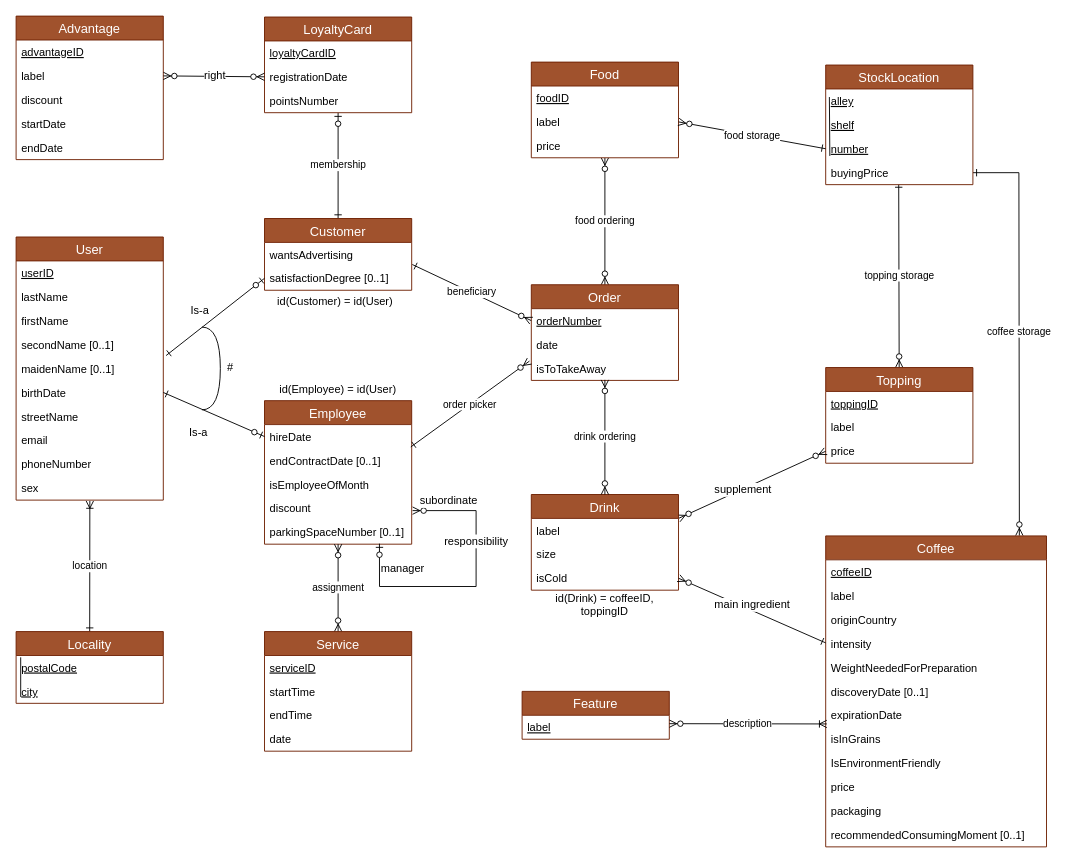
Earlier version of the draw.io diagram SchemaEA.drawio (DrakeXorn/CoffIG). Source tidied: cells renumbered, new cells numbered last; positions are measured from the earlier drawing's top-left corner, leaving out a move shared by most shapes. Both pictures are drawn from the tidied source at 92%, with x=0, y=0 at pixel (16, 16).
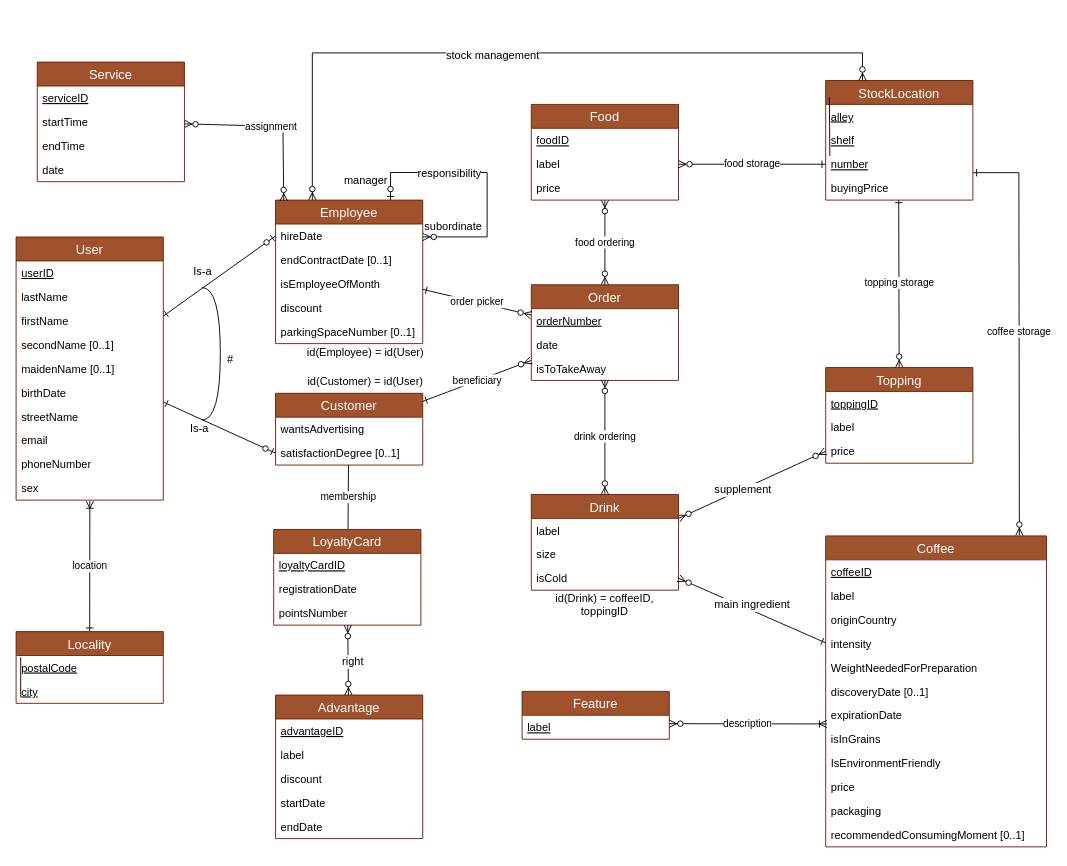
The same diagram, later.

Commit message (it also covers changes not shown here):
Ajout de l'énoncé et modifications des schémas

The change refers to these unchanged cells:
```xml
<mxCell id="3" value="Order" style="swimlane;fontStyle=0;horizontal=1;startSize=26;fillColor=#a0522d;swimlaneFillColor=#ffffff;align=center;fontSize=14;strokeColor=#6D1F00;fontColor=#ffffff;" parent="1" vertex="1">
  <mxGeometry x="560" y="292" width="160" height="104" as="geometry" />
</mxCell>
<mxCell id="4" value="orderNumber" style="text;strokeColor=none;fillColor=none;spacingLeft=4;spacingRight=4;overflow=hidden;points=[[0,0.5],[1,0.5]];portConstraint=eastwest;fontSize=12;fontStyle=4;" parent="3" vertex="1">
  <mxGeometry y="26" width="160" height="26" as="geometry" />
</mxCell>
<mxCell id="44" value="User" style="swimlane;fontStyle=0;horizontal=1;startSize=26;fillColor=#a0522d;swimlaneFillColor=#ffffff;align=center;fontSize=14;strokeColor=#6D1F00;fontColor=#ffffff;" parent="1" vertex="1">
  <mxGeometry y="240.1" width="160" height="286" as="geometry" />
</mxCell>
<mxCell id="48" value="secondName [0..1]" style="text;strokeColor=none;fillColor=none;spacingLeft=4;spacingRight=4;overflow=hidden;points=[[0,0.5],[1,0.5]];portConstraint=eastwest;fontSize=12;" parent="44" vertex="1">
  <mxGeometry y="104" width="160" height="26" as="geometry" />
</mxCell>
<mxCell id="50" value="birthDate" style="text;strokeColor=none;fillColor=none;spacingLeft=4;spacingRight=4;overflow=hidden;points=[[0,0.5],[1,0.5]];portConstraint=eastwest;fontSize=12;" parent="44" vertex="1">
  <mxGeometry y="156" width="160" height="26" as="geometry" />
</mxCell>
<mxCell id="62" value="wantsAdvertising" style="text;strokeColor=none;fillColor=none;spacingLeft=4;spacingRight=4;overflow=hidden;points=[[0,0.5],[1,0.5]];portConstraint=eastwest;fontSize=12;" parent="61" vertex="1">
  <mxGeometry y="26" width="160" height="26" as="geometry" />
</mxCell>
<mxCell id="63" value="satisfactionDegree [0..1]" style="text;strokeColor=none;fillColor=none;spacingLeft=4;spacingRight=4;overflow=hidden;points=[[0,0.5],[1,0.5]];portConstraint=eastwest;fontSize=12;" parent="61" vertex="1">
  <mxGeometry y="52" width="160" height="26" as="geometry" />
</mxCell>
<mxCell id="65" value="hireDate" style="text;strokeColor=none;fillColor=none;spacingLeft=4;spacingRight=4;overflow=hidden;points=[[0,0.5],[1,0.5]];portConstraint=eastwest;fontSize=12;" parent="64" vertex="1">
  <mxGeometry y="26" width="160" height="26" as="geometry" />
</mxCell>
<mxCell id="72" value="discount" style="text;strokeColor=none;fillColor=none;spacingLeft=4;spacingRight=4;overflow=hidden;points=[[0,0.5],[1,0.5]];portConstraint=eastwest;fontSize=12;" parent="64" vertex="1">
  <mxGeometry y="104" width="160" height="26" as="geometry" />
</mxCell>
<mxCell id="73" value="parkingSpaceNumber [0..1]" style="text;strokeColor=none;fillColor=none;spacingLeft=4;spacingRight=4;overflow=hidden;points=[[0,0.5],[1,0.5]];portConstraint=eastwest;fontSize=12;" parent="64" vertex="1">
  <mxGeometry y="130" width="160" height="26" as="geometry" />
</mxCell>
<mxCell id="82" value="registrationDate" style="text;strokeColor=none;fillColor=none;spacingLeft=4;spacingRight=4;overflow=hidden;points=[[0,0.5],[1,0.5]];portConstraint=eastwest;fontSize=12;" parent="80" vertex="1">
  <mxGeometry y="52" width="160" height="26" as="geometry" />
</mxCell>
<mxCell id="86" value="label" style="text;strokeColor=none;fillColor=none;spacingLeft=4;spacingRight=4;overflow=hidden;points=[[0,0.5],[1,0.5]];portConstraint=eastwest;fontSize=12;" parent="84" vertex="1">
  <mxGeometry y="52" width="160" height="26" as="geometry" />
</mxCell>
```

Change to the diagram source:
```diff
@@
     <mxCell id="7" value="Food" style="swimlane;fontStyle=0;horizontal=1;startSize=26;fillColor=#a0522d;swimlaneFillColor=#ffffff;align=center;fontSize=14;strokeColor=#6D1F00;fontColor=#ffffff;" parent="1" vertex="1">
-      <mxGeometry x="560" y="50" width="160" height="104" as="geometry" />
+      <mxGeometry x="560" y="96" width="160" height="104" as="geometry" />
     </mxCell>
@@
     <mxCell id="38" value="StockLocation" style="swimlane;fontStyle=0;horizontal=1;startSize=26;fillColor=#a0522d;swimlaneFillColor=#ffffff;align=center;fontSize=14;strokeColor=#6D1F00;fontColor=#ffffff;" parent="1" vertex="1">
-      <mxGeometry x="880" y="53.2" width="160" height="130" as="geometry" />
+      <mxGeometry x="880" y="70" width="160" height="130" as="geometry" />
     </mxCell>
@@
     <mxCell id="61" value="Customer" style="swimlane;fontStyle=0;horizontal=1;startSize=26;fillColor=#a0522d;swimlaneFillColor=#ffffff;align=center;fontSize=14;strokeColor=#6D1F00;fontColor=#ffffff;" parent="1" vertex="1">
-      <mxGeometry x="270" y="220" width="160" height="78" as="geometry" />
+      <mxGeometry x="282" y="410" width="160" height="78" as="geometry" />
     </mxCell>
@@
+    <mxCell id="108" style="edgeStyle=orthogonalEdgeStyle;rounded=0;jettySize=auto;html=1;exitX=0.25;exitY=0;exitDx=0;exitDy=0;entryX=0.25;entryY=0;entryDx=0;entryDy=0;startArrow=ERzeroToMany;startFill=1;endArrow=ERzeroToMany;endFill=1;" parent="1" edge="1" source="64" target="38">
+      <mxGeometry relative="1" as="geometry">
+        <Array as="points">
+          <mxPoint x="322" y="40" />
+          <mxPoint x="920" y="40" />
+        </Array>
+      </mxGeometry>
+    </mxCell>
+    <mxCell id="109" value="stock management" style="text;html=1;align=center;verticalAlign=middle;labelBackgroundColor=#ffffff;" parent="108" vertex="1">
+      <mxGeometry x="-0.1" y="-2" relative="1" as="geometry" />
+    </mxCell>
     <mxCell id="64" value="Employee" style="swimlane;fontStyle=0;horizontal=1;startSize=26;fillColor=#a0522d;swimlaneFillColor=#ffffff;align=center;fontSize=14;strokeColor=#6D1F00;fontColor=#ffffff;" parent="1" vertex="1">
-      <mxGeometry x="270" y="418" width="160" height="156" as="geometry" />
+      <mxGeometry x="282" y="200" width="160" height="156" as="geometry" />
     </mxCell>
@@
-    <mxCell id="67" style="edgeStyle=orthogonalEdgeStyle;rounded=0;jettySize=auto;html=1;entryX=0.781;entryY=0.979;entryDx=0;entryDy=0;startArrow=ERzeroToMany;startFill=1;endArrow=ERzeroToOne;endFill=1;entryPerimeter=0;exitX=1.006;exitY=0.597;exitDx=0;exitDy=0;exitPerimeter=0;" parent="64" edge="1" source="72" target="73">
-      <mxGeometry relative="1" as="geometry">
-        <Array as="points">
-          <mxPoint x="230" y="120" />
-          <mxPoint x="230" y="202" />
-          <mxPoint x="125" y="202" />
-        </Array>
-      </mxGeometry>
-    </mxCell>
-    <mxCell id="68" value="manager" style="text;html=1;align=center;verticalAlign=middle;labelBackgroundColor=#ffffff;" parent="67" vertex="1">
-      <mxGeometry x="0.53" relative="1" as="geometry">
-        <mxPoint x="-0.5" y="-20" as="offset" />
-      </mxGeometry>
-    </mxCell>
-    <mxCell id="69" value="subordinate" style="text;html=1;align=center;verticalAlign=middle;labelBackgroundColor=#ffffff;" parent="67" vertex="1">
-      <mxGeometry x="-0.55" relative="1" as="geometry">
-        <mxPoint x="-29.5" y="-11.5" as="offset" />
-      </mxGeometry>
-    </mxCell>
-    <mxCell id="70" value="responsibility" style="text;html=1;align=center;verticalAlign=middle;labelBackgroundColor=#ffffff;rotation=0;" parent="67" vertex="1">
-      <mxGeometry x="0.12" relative="1" as="geometry">
-        <mxPoint x="18" y="-50" as="offset" />
-      </mxGeometry>
-    </mxCell>
@@
-    <mxCell id="74" value="assignment" style="edgeStyle=none;rounded=0;jettySize=auto;html=1;exitX=0.5;exitY=0;exitDx=0;exitDy=0;startArrow=ERzeroToMany;startFill=1;endArrow=ERzeroToMany;endFill=1;" parent="1" edge="1" source="75" target="73">
-      <mxGeometry relative="1" as="geometry" />
+    <mxCell id="74" value="assignment" style="edgeStyle=none;rounded=0;jettySize=auto;html=1;startArrow=ERzeroToMany;startFill=1;endArrow=ERzeroToMany;endFill=1;entryX=0.056;entryY=0.006;entryDx=0;entryDy=0;entryPerimeter=0;" parent="1" edge="1" source="75" target="64">
+      <mxGeometry relative="1" as="geometry">
+        <Array as="points">
+          <mxPoint x="290" y="120" />
+        </Array>
+      </mxGeometry>
     </mxCell>
     <mxCell id="75" value="Service" style="swimlane;fontStyle=0;horizontal=1;startSize=26;fillColor=#a0522d;swimlaneFillColor=#ffffff;align=center;fontSize=14;strokeColor=#6D1F00;fontColor=#ffffff;" parent="1" vertex="1">
-      <mxGeometry x="270" y="669" width="160" height="130" as="geometry" />
+      <mxGeometry x="23" y="50" width="160" height="130" as="geometry" />
     </mxCell>
@@
     <mxCell id="80" value="LoyaltyCard" style="swimlane;fontStyle=0;horizontal=1;startSize=26;fillColor=#a0522d;swimlaneFillColor=#ffffff;align=center;fontSize=14;strokeColor=#6D1F00;fontColor=#ffffff;" parent="1" vertex="1">
-      <mxGeometry x="270" y="1" width="160" height="104" as="geometry" />
+      <mxGeometry x="280" y="558" width="160" height="104" as="geometry" />
     </mxCell>
@@
     <mxCell id="84" value="Advantage" style="swimlane;fontStyle=0;horizontal=1;startSize=26;fillColor=#a0522d;swimlaneFillColor=#ffffff;align=center;fontSize=14;strokeColor=#6D1F00;fontColor=#ffffff;" parent="1" vertex="1">
-      <mxGeometry width="160" height="156" as="geometry" />
+      <mxGeometry x="282" y="738" width="160" height="156" as="geometry" />
     </mxCell>
@@
-    <mxCell id="96" value="beneficiary" style="edgeStyle=none;rounded=0;jettySize=auto;html=1;exitX=0;exitY=0.5;exitDx=0;exitDy=0;entryX=1.004;entryY=0.923;entryDx=0;entryDy=0;entryPerimeter=0;startArrow=ERzeroToMany;startFill=1;endArrow=ERone;endFill=0;" parent="1" edge="1" source="4" target="62">
+    <mxCell id="96" value="beneficiary" style="edgeStyle=none;rounded=0;jettySize=auto;html=1;startArrow=ERzeroToMany;startFill=1;endArrow=ERone;endFill=0;" parent="1" edge="1" source="3" target="61">
       <mxGeometry relative="1" as="geometry" />
     </mxCell>
-    <mxCell id="97" value="order picker" style="edgeStyle=none;rounded=0;jettySize=auto;html=1;entryX=0.994;entryY=0.934;entryDx=0;entryDy=0;entryPerimeter=0;startArrow=ERzeroToMany;startFill=1;endArrow=ERone;endFill=0;" parent="1" edge="1" target="65">
-      <mxGeometry relative="1" as="geometry">
-        <mxPoint x="558" y="375" as="sourcePoint" />
-      </mxGeometry>
+    <mxCell id="97" value="order picker" style="edgeStyle=none;rounded=0;jettySize=auto;html=1;startArrow=ERzeroToMany;startFill=1;endArrow=ERone;endFill=0;" parent="1" edge="1" source="3" target="64">
+      <mxGeometry relative="1" as="geometry" />
     </mxCell>
-    <mxCell id="98" style="edgeStyle=none;rounded=0;jettySize=auto;html=1;exitX=0;exitY=0.5;exitDx=0;exitDy=0;entryX=1;entryY=0.5;entryDx=0;entryDy=0;startArrow=ERzeroToMany;startFill=1;endArrow=ERzeroToMany;endFill=1;" parent="1" edge="1" source="82" target="86">
+    <mxCell id="98" style="edgeStyle=none;rounded=0;jettySize=auto;html=1;startArrow=ERzeroToMany;startFill=1;endArrow=ERzeroToMany;endFill=1;" parent="1" edge="1" source="80" target="84">
       <mxGeometry relative="1" as="geometry" />
     </mxCell>
@@
-    <mxCell id="100" style="edgeStyle=none;rounded=0;jettySize=auto;html=1;exitX=0;exitY=0.5;exitDx=0;exitDy=0;entryX=1.019;entryY=0.957;entryDx=0;entryDy=0;startArrow=ERzeroToOne;startFill=1;endArrow=ERone;endFill=0;entryPerimeter=0;" parent="1" edge="1" source="63" target="48">
+    <mxCell id="100" style="edgeStyle=none;rounded=0;jettySize=auto;html=1;exitX=0;exitY=0.5;exitDx=0;exitDy=0;startArrow=ERzeroToOne;startFill=1;endArrow=ERone;endFill=0;" parent="1" edge="1" source="63" target="44">
       <mxGeometry relative="1" as="geometry" />
     </mxCell>
-    <mxCell id="101" style="edgeStyle=none;rounded=0;jettySize=auto;html=1;exitX=0;exitY=0.5;exitDx=0;exitDy=0;entryX=1;entryY=0.5;entryDx=0;entryDy=0;startArrow=ERzeroToOne;startFill=1;endArrow=ERone;endFill=0;" parent="1" edge="1" source="65" target="50">
+    <mxCell id="101" style="edgeStyle=none;rounded=0;jettySize=auto;html=1;exitX=0;exitY=0.5;exitDx=0;exitDy=0;startArrow=ERzeroToOne;startFill=1;endArrow=ERone;endFill=0;" parent="1" edge="1" source="65" target="44">
       <mxGeometry relative="1" as="geometry" />
     </mxCell>
     <mxCell id="102" style="shape=requiredInterface;html=1;verticalLabelPosition=bottom;" parent="1" vertex="1">
-      <mxGeometry x="202" y="338" width="20" height="90" as="geometry" />
+      <mxGeometry x="202" y="295" width="20" height="144" as="geometry" />
     </mxCell>
     <mxCell id="103" value="#" style="text;html=1;strokeColor=none;fillColor=none;align=center;verticalAlign=middle;whiteSpace=wrap;rounded=0;" parent="1" vertex="1">
-      <mxGeometry x="223" y="372" width="20" height="20" as="geometry" />
+      <mxGeometry x="223" y="364" width="20" height="20" as="geometry" />
     </mxCell>
     <mxCell id="104" value="id(Customer) = id(User)" style="text;html=1;strokeColor=none;fillColor=none;align=center;verticalAlign=middle;whiteSpace=wrap;rounded=0;" parent="1" vertex="1">
-      <mxGeometry x="282" y="300" width="130" height="20" as="geometry" />
+      <mxGeometry x="315" y="387" width="130" height="20" as="geometry" />
     </mxCell>
-    <mxCell id="105" value="id(Employee) = id(User)" style="text;html=1;strokeColor=none;fillColor=none;align=center;verticalAlign=middle;whiteSpace=wrap;rounded=0;" parent="1" vertex="1">
-      <mxGeometry x="275" y="396" width="150" height="20" as="geometry" />
-    </mxCell>
     <mxCell id="106" value="Is-a" style="text;html=1;strokeColor=none;fillColor=none;align=center;verticalAlign=middle;whiteSpace=wrap;rounded=0;direction=west;" parent="1" vertex="1">
-      <mxGeometry x="177" y="445" width="43" height="16" as="geometry" />
+      <mxGeometry x="178" y="441" width="43" height="16" as="geometry" />
     </mxCell>
     <mxCell id="107" value="Is-a" style="text;html=1;strokeColor=none;fillColor=none;align=center;verticalAlign=middle;whiteSpace=wrap;rounded=0;" parent="1" vertex="1">
-      <mxGeometry x="180" y="310" width="40" height="20" as="geometry" />
+      <mxGeometry x="183" y="268" width="40" height="20" as="geometry" />
     </mxCell>
+    <mxCell id="67" style="edgeStyle=orthogonalEdgeStyle;rounded=0;orthogonalLoop=1;jettySize=auto;html=1;startArrow=ERzeroToMany;startFill=1;endArrow=ERzeroToOne;endFill=1;" parent="1" edge="1" source="64" target="64">
+      <mxGeometry relative="1" as="geometry">
+        <Array as="points">
+          <mxPoint x="512" y="240" />
+          <mxPoint x="512" y="170" />
+          <mxPoint x="407" y="170" />
+        </Array>
+      </mxGeometry>
+    </mxCell>
+    <mxCell id="68" value="manager" style="text;html=1;align=center;verticalAlign=middle;labelBackgroundColor=#ffffff;" parent="67" vertex="1">
+      <mxGeometry x="0.53" relative="1" as="geometry">
+        <mxPoint x="-63" y="8" as="offset" />
+      </mxGeometry>
+    </mxCell>
+    <mxCell id="69" value="subordinate" style="text;html=1;align=center;verticalAlign=middle;labelBackgroundColor=#ffffff;" parent="67" vertex="1">
+      <mxGeometry x="-0.55" relative="1" as="geometry">
+        <mxPoint x="-29.5" y="-11.5" as="offset" />
+      </mxGeometry>
+    </mxCell>
+    <mxCell id="70" value="responsibility" style="text;html=1;align=center;verticalAlign=middle;labelBackgroundColor=#ffffff;rotation=0;" parent="67" vertex="1">
+      <mxGeometry x="0.12" relative="1" as="geometry">
+        <mxPoint x="-28" as="offset" />
+      </mxGeometry>
+    </mxCell>
+    <mxCell id="105" value="id(Employee) = id(User)" style="text;html=1;strokeColor=none;fillColor=none;align=center;verticalAlign=middle;whiteSpace=wrap;rounded=0;" parent="1" vertex="1">
+      <mxGeometry x="300" y="356" width="160" height="20" as="geometry" />
+    </mxCell>
```
